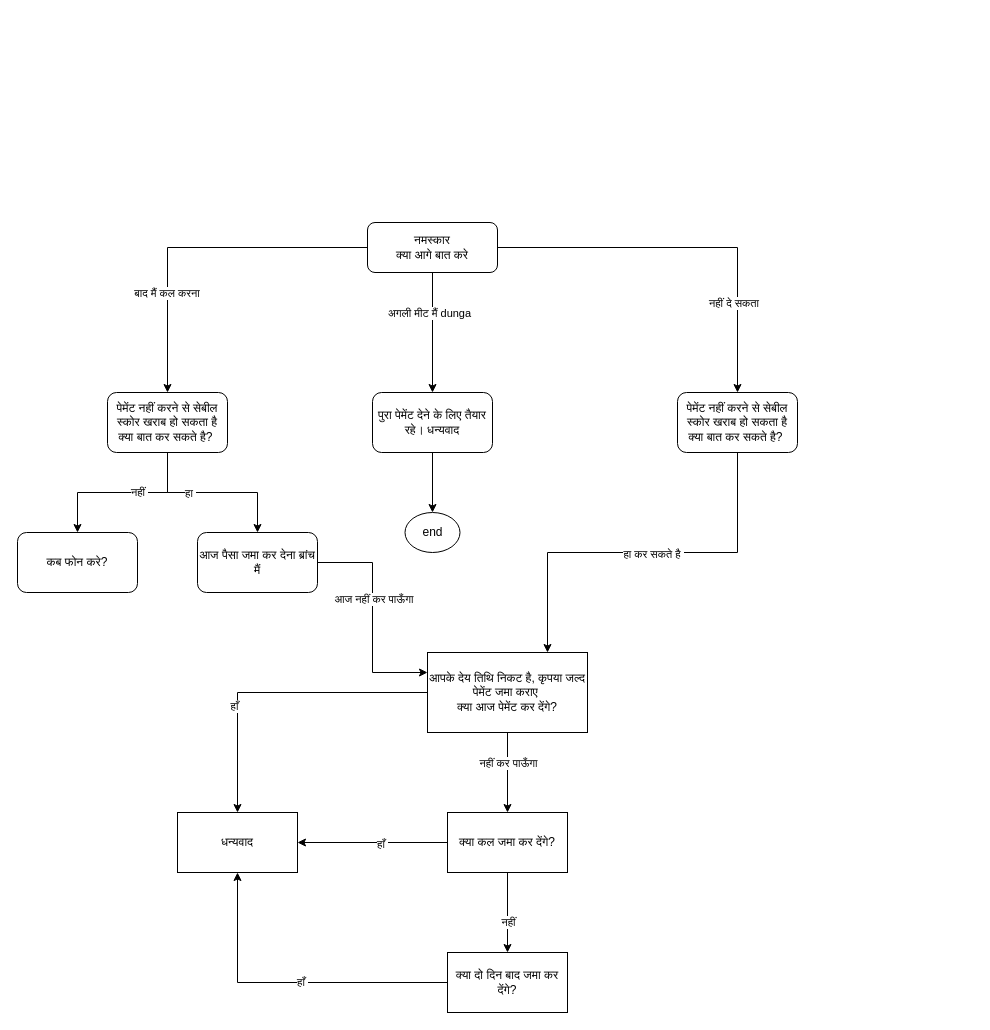
Earlier version of the draw.io diagram drawings/Bot Conversation Flow V1.drawio (PraveenChordia/draw.io). Source tidied: cells renumbered, new cells numbered last; positions are measured from the earlier drawing's top-left corner, leaving out a move shared by most shapes. Both pictures are drawn from the tidied source at 100%, with x=0, y=0 at pixel (17, 222).
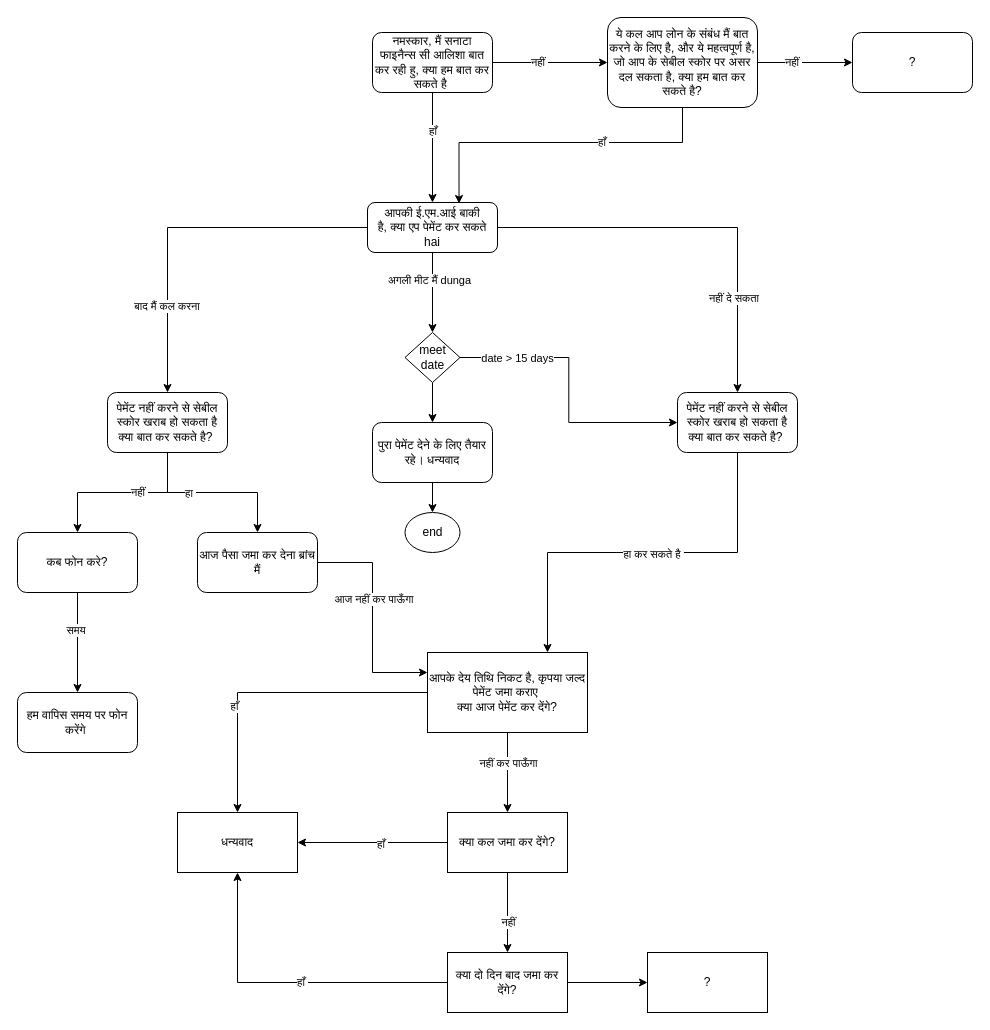
Above is the later version.

The change refers to these unchanged cells:
```xml
<mxCell id="2" style="edgeStyle=orthogonalEdgeStyle;rounded=0;jettySize=auto;html=1;" parent="1" edge="1" source="8" target="13">
  <mxGeometry relative="1" as="geometry" />
</mxCell>
<mxCell id="18" value="&lt;span style=&quot;font-family: Helvetica; font-size: 12px; font-style: normal; font-variant-ligatures: normal; font-variant-caps: normal; font-weight: 400; letter-spacing: normal; orphans: 2; text-align: center; text-indent: 0px; text-transform: none; widows: 2; word-spacing: 0px; -webkit-text-stroke-width: 0px; text-decoration-thickness: initial; text-decoration-style: initial; text-decoration-color: initial; float: none; display: inline !important;&quot;&gt;पेमेंट नहीं करने से सेबील स्कोर खराब हो सकता है&lt;/span&gt;&lt;br style=&quot;border-color: var(--border-color); font-family: Helvetica; font-size: 12px; font-style: normal; font-variant-ligatures: normal; font-variant-caps: normal; font-weight: 400; letter-spacing: normal; orphans: 2; text-align: center; text-indent: 0px; text-transform: none; widows: 2; word-spacing: 0px; -webkit-text-stroke-width: 0px; text-decoration-thickness: initial; text-decoration-style: initial; text-decoration-color: initial;&quot;&gt;&lt;span style=&quot;font-family: Helvetica; font-size: 12px; font-style: normal; font-variant-ligatures: normal; font-variant-caps: normal; font-weight: 400; letter-spacing: normal; orphans: 2; text-align: center; text-indent: 0px; text-transform: none; widows: 2; word-spacing: 0px; -webkit-text-stroke-width: 0px; text-decoration-thickness: initial; text-decoration-style: initial; text-decoration-color: initial; float: none; display: inline !important;&quot;&gt;क्या बात कर सकते है?&amp;nbsp;&lt;/span&gt;" style="whiteSpace=wrap;html=1;rounded=1;labelBackgroundColor=none;fontColor=default;" parent="1" vertex="1">
  <mxGeometry x="660" y="170" width="120" height="60" as="geometry" />
</mxCell>
<mxCell id="22" value="कब फोन करे?" style="whiteSpace=wrap;html=1;rounded=1;" parent="1" vertex="1">
  <mxGeometry y="310" width="120" height="60" as="geometry" />
</mxCell>
<mxCell id="37" value="क्या दो दिन बाद जमा कर देंगे?" style="whiteSpace=wrap;html=1;" parent="1" vertex="1">
  <mxGeometry x="430" y="730" width="120" height="60" as="geometry" />
</mxCell>
```

The edit, as a diff of the source:
```diff
@@
     <mxCell id="3" value="बाद मैं कल करना&amp;nbsp;" style="edgeLabel;html=1;align=center;verticalAlign=middle;" parent="2" vertex="1">
-      <mxGeometry x="0.42" relative="1" as="geometry" />
+      <mxGeometry x="0.42" relative="1" as="geometry">
+        <mxPoint y="19" as="offset" />
+      </mxGeometry>
     </mxCell>
-    <mxCell id="4" style="edgeStyle=orthogonalEdgeStyle;rounded=0;jettySize=auto;html=1;" parent="1" edge="1" source="8" target="15">
+    <mxCell id="4" style="edgeStyle=orthogonalEdgeStyle;rounded=0;jettySize=auto;html=1;" parent="1" edge="1" source="44" target="15">
       <mxGeometry relative="1" as="geometry" />
     </mxCell>
-    <mxCell id="5" value="अगली मीट मैं dunga" style="edgeLabel;html=1;align=center;verticalAlign=middle;" parent="4" vertex="1">
-      <mxGeometry x="-0.33" y="-4" relative="1" as="geometry" />
-    </mxCell>
@@
-    <mxCell id="8" value="नमस्कार&lt;br&gt;क्या आगे बात करे" style="rounded=1;whiteSpace=wrap;html=1;" parent="1" vertex="1">
-      <mxGeometry x="350" width="130" height="50" as="geometry" />
+    <mxCell id="8" value="आपकी ई.एम.आई बाकी&lt;br&gt;है, क्या एप पेमेंट कर सकते&lt;br&gt;hai" style="rounded=1;whiteSpace=wrap;html=1;" parent="1" vertex="1">
+      <mxGeometry x="350" y="-20" width="130" height="50" as="geometry" />
     </mxCell>
@@
     <mxCell id="15" value="पुरा पेमेंट देने के लिए तैयार रहे। धन्यवाद" style="whiteSpace=wrap;html=1;rounded=1;" parent="1" vertex="1">
-      <mxGeometry x="355" y="170" width="120" height="60" as="geometry" />
+      <mxGeometry x="355" y="200" width="120" height="60" as="geometry" />
     </mxCell>
@@
+    <mxCell id="38" style="edgeStyle=orthogonalEdgeStyle;rounded=0;jettySize=auto;html=1;" parent="1" edge="1" source="22" target="57">
+      <mxGeometry relative="1" as="geometry" />
+    </mxCell>
+    <mxCell id="39" value="समय&amp;nbsp;" style="edgeLabel;html=1;align=center;verticalAlign=middle;" parent="38" vertex="1">
+      <mxGeometry x="-0.26" y="-1" relative="1" as="geometry" />
+    </mxCell>
@@
+    <mxCell id="40" style="edgeStyle=orthogonalEdgeStyle;rounded=0;jettySize=auto;html=1;" parent="1" edge="1" source="37" target="56">
+      <mxGeometry relative="1" as="geometry" />
+    </mxCell>
@@
+    <mxCell id="41" style="edgeStyle=orthogonalEdgeStyle;rounded=0;jettySize=auto;html=1;" parent="1" edge="1" source="8" target="44">
+      <mxGeometry relative="1" as="geometry" />
+    </mxCell>
+    <mxCell id="5" value="अगली मीट मैं dunga" style="edgeLabel;html=1;align=center;verticalAlign=middle;" parent="41" vertex="1">
+      <mxGeometry x="-0.33" y="-4" relative="1" as="geometry" />
+    </mxCell>
+    <mxCell id="42" style="edgeStyle=orthogonalEdgeStyle;rounded=0;jettySize=auto;html=1;entryX=0;entryY=0.5;entryDx=0;entryDy=0;" parent="1" edge="1" source="44" target="18">
+      <mxGeometry relative="1" as="geometry" />
+    </mxCell>
+    <mxCell id="43" value="date &amp;gt; 15 days" style="edgeLabel;html=1;align=center;verticalAlign=middle;" parent="42" vertex="1">
+      <mxGeometry x="-0.34" y="3" relative="1" as="geometry">
+        <mxPoint x="-36" y="3" as="offset" />
+      </mxGeometry>
+    </mxCell>
+    <mxCell id="44" value="meet&lt;br&gt;date" style="rhombus;whiteSpace=wrap;html=1;" parent="1" vertex="1">
+      <mxGeometry x="387.5" y="110" width="55" height="50" as="geometry" />
+    </mxCell>
+    <mxCell id="45" style="edgeStyle=orthogonalEdgeStyle;rounded=0;jettySize=auto;html=1;" parent="1" edge="1" source="49" target="8">
+      <mxGeometry relative="1" as="geometry" />
+    </mxCell>
+    <mxCell id="46" value="हाँ&amp;nbsp;" style="edgeLabel;html=1;align=center;verticalAlign=middle;" parent="45" vertex="1">
+      <mxGeometry x="-0.31" y="1" relative="1" as="geometry" />
+    </mxCell>
+    <mxCell id="47" style="edgeStyle=orthogonalEdgeStyle;rounded=0;jettySize=auto;html=1;" parent="1" edge="1" source="49" target="54">
+      <mxGeometry relative="1" as="geometry" />
+    </mxCell>
+    <mxCell id="48" value="नहीं&amp;nbsp;" style="edgeLabel;html=1;align=center;verticalAlign=middle;" parent="47" vertex="1">
+      <mxGeometry x="-0.2" y="1" relative="1" as="geometry" />
+    </mxCell>
+    <mxCell id="49" value="नमस्कार, मैं सनाटा फाइनैन्स सी आलिशा बात कर रही हु, क्या हम बात कर सकते है&amp;nbsp;" style="whiteSpace=wrap;html=1;rounded=1;" parent="1" vertex="1">
+      <mxGeometry x="355" y="-190" width="120" height="60" as="geometry" />
+    </mxCell>
+    <mxCell id="50" style="edgeStyle=orthogonalEdgeStyle;rounded=0;jettySize=auto;html=1;entryX=0.704;entryY=0.02;entryDx=0;entryDy=0;entryPerimeter=0;" parent="1" edge="1" source="54" target="8">
+      <mxGeometry relative="1" as="geometry">
+        <Array as="points">
+          <mxPoint x="665" y="-80" />
+          <mxPoint x="441" y="-80" />
+        </Array>
+      </mxGeometry>
+    </mxCell>
+    <mxCell id="51" value="हाँ&amp;nbsp;" style="edgeLabel;html=1;align=center;verticalAlign=middle;" parent="50" vertex="1">
+      <mxGeometry x="-0.28" y="-1" relative="1" as="geometry" />
+    </mxCell>
+    <mxCell id="52" style="edgeStyle=orthogonalEdgeStyle;rounded=0;jettySize=auto;html=1;" parent="1" edge="1" source="54" target="55">
+      <mxGeometry relative="1" as="geometry" />
+    </mxCell>
+    <mxCell id="53" value="नहीं&amp;nbsp;" style="edgeLabel;html=1;align=center;verticalAlign=middle;" parent="52" vertex="1">
+      <mxGeometry x="-0.27" y="1" relative="1" as="geometry" />
+    </mxCell>
+    <mxCell id="54" value="ये कल आप लोन के संबंध मैं बात करने के लिए है, और ये महत्वपूर्ण है, जो आप के सेबील स्कोर पर असर दल सकता है, क्या हम बात कर सकते है?&lt;br&gt;" style="whiteSpace=wrap;html=1;rounded=1;" parent="1" vertex="1">
+      <mxGeometry x="590" y="-205" width="150" height="90" as="geometry" />
+    </mxCell>
+    <mxCell id="55" value="?" style="whiteSpace=wrap;html=1;rounded=1;" parent="1" vertex="1">
+      <mxGeometry x="835" y="-190" width="120" height="60" as="geometry" />
+    </mxCell>
+    <mxCell id="56" value="?" style="whiteSpace=wrap;html=1;" parent="1" vertex="1">
+      <mxGeometry x="630" y="730" width="120" height="60" as="geometry" />
+    </mxCell>
+    <mxCell id="57" value="हम वापिस समय पर फोन करेंगे&amp;nbsp;" style="whiteSpace=wrap;html=1;rounded=1;" parent="1" vertex="1">
+      <mxGeometry y="470" width="120" height="60" as="geometry" />
+    </mxCell>
```
